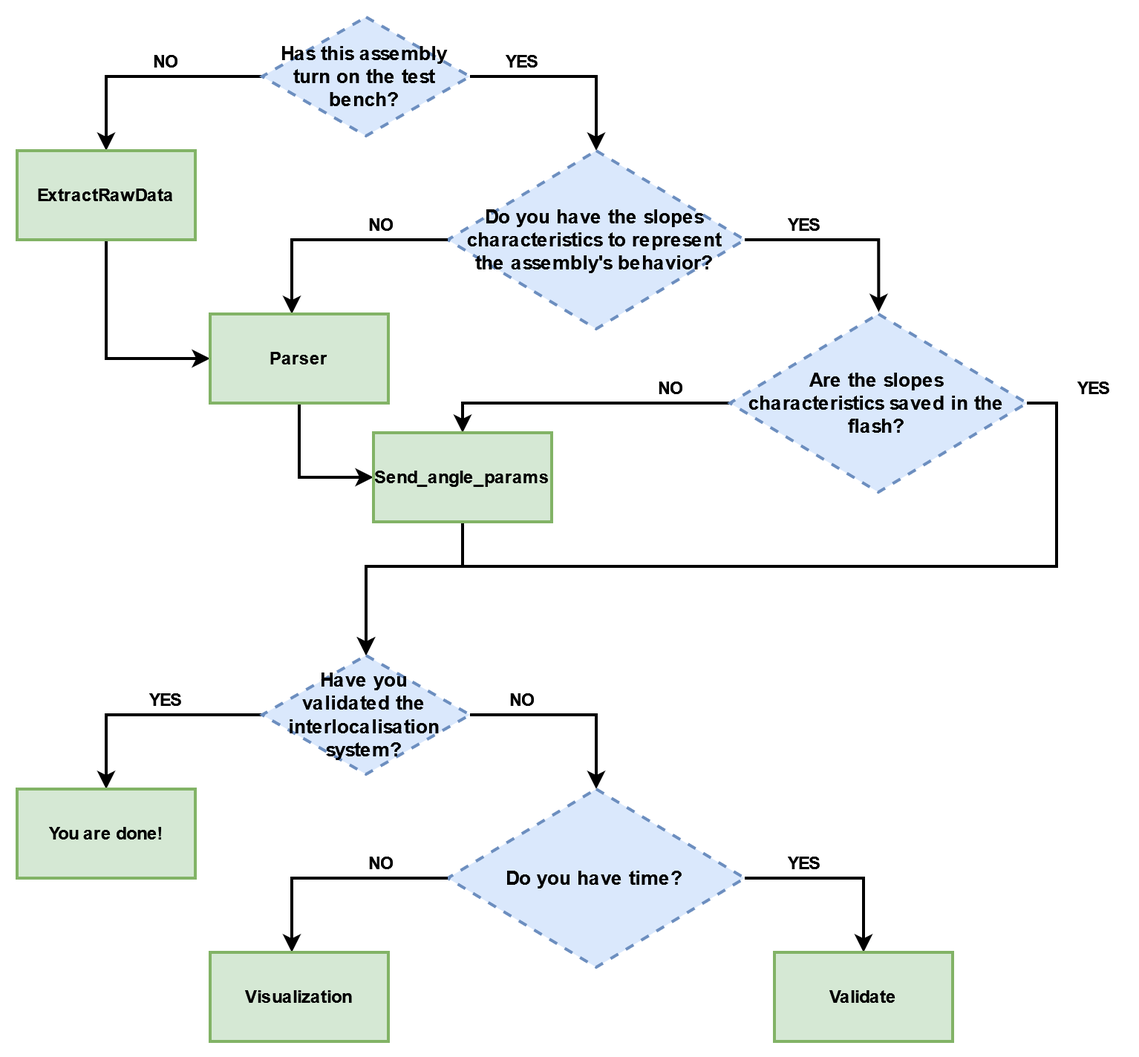
Above: img/calibration_flow.png in SwarmUS/TestBench-Python (draw.io), before the change. Source tidied: cells renumbered, new cells last; positions are measured from the earlier drawing's top-left corner, leaving out a move shared by most shapes.
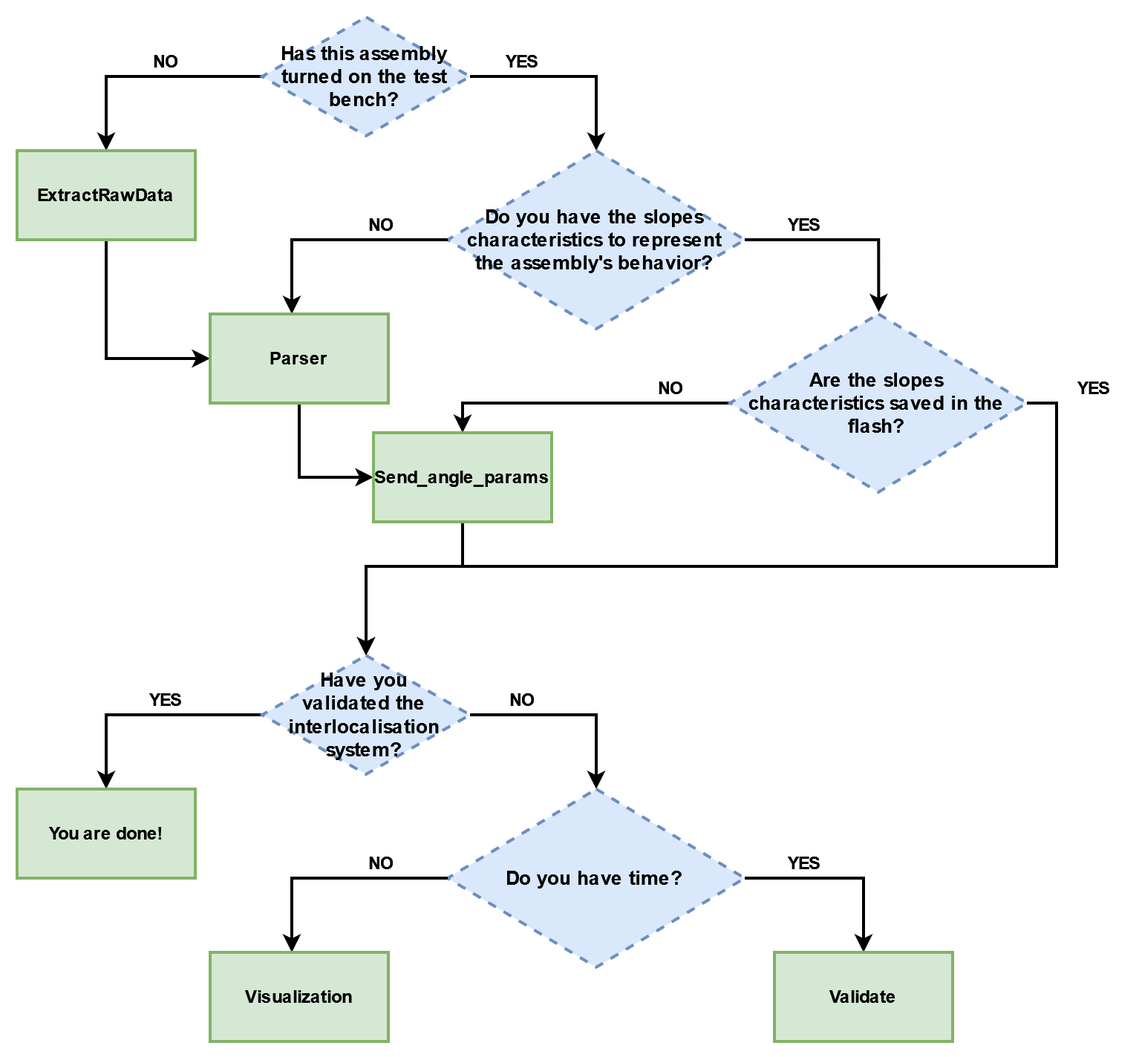
After the commit.

What changed in the source:
```diff
@@ -10,7 +10,7 @@
         <mxPoint x="390" y="90" as="targetPoint" />
       </mxGeometry>
     </mxCell>
-    <mxCell id="4" value="Has this assembly turn on the test bench?" style="rhombus;dashed=1;strokeWidth=2;fillColor=#dae8fc;strokeColor=#6c8ebf;fontStyle=1;verticalAlign=middle;fontSize=13;html=1;whiteSpace=wrap;spacingLeft=10;spacingRight=12;fontColor=#000000;" parent="1" vertex="1">
+    <mxCell id="4" value="Has this assembly turned on the test bench?" style="rhombus;dashed=1;strokeWidth=2;fillColor=#dae8fc;strokeColor=#6c8ebf;fontStyle=1;verticalAlign=middle;fontSize=13;html=1;whiteSpace=wrap;spacingLeft=10;spacingRight=12;fontColor=#000000;" parent="1" vertex="1">
       <mxGeometry x="165" width="140" height="80" as="geometry" />
     </mxCell>
     <mxCell id="5" style="edgeStyle=orthogonalEdgeStyle;rounded=0;jettySize=auto;html=1;exitX=0.5;exitY=1;exitDx=0;exitDy=0;entryX=0;entryY=0.5;entryDx=0;entryDy=0;strokeWidth=2;strokeColor=#000000;fontColor=#000000;" parent="1" edge="1" source="6" target="15">
```
